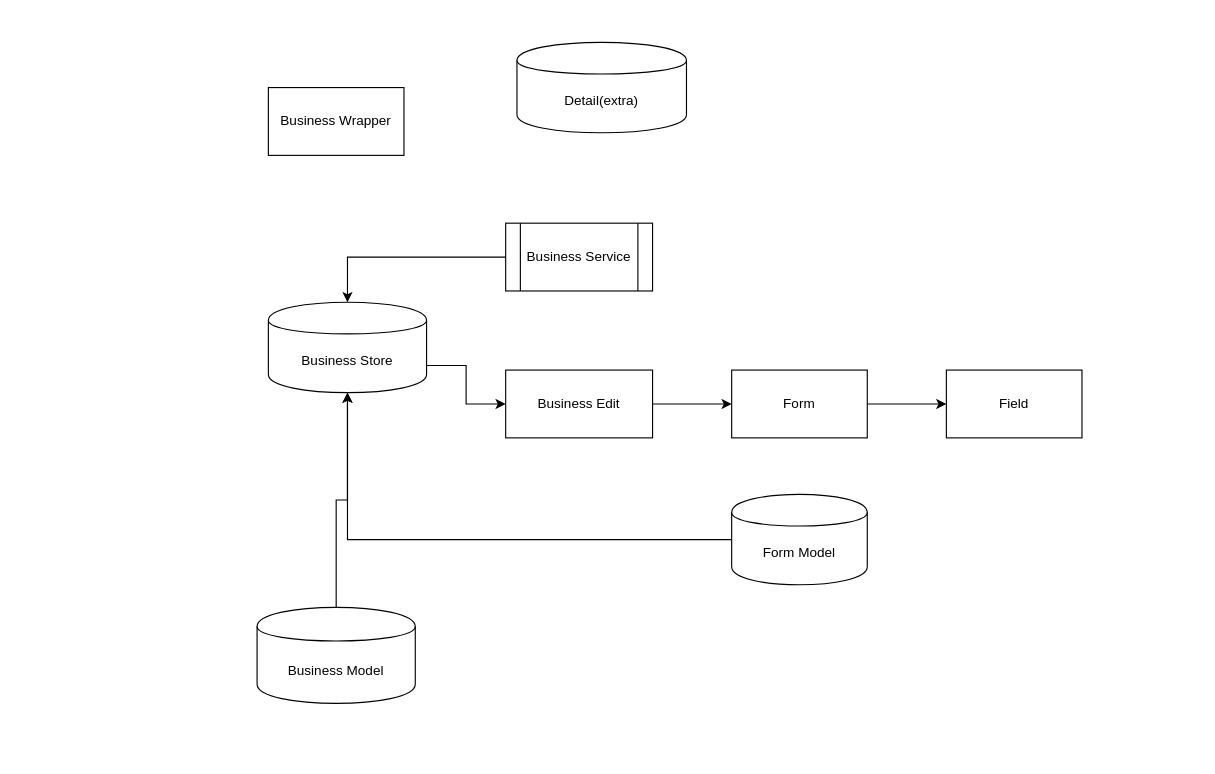
The draw.io diagram page "Page-3" (3 of 4) of gcxt-new/README.drawio in addamx/code, before the edit. Source tidied: cells renumbered, new cells numbered last; positions are measured from the earlier drawing's top-left corner, leaving out a move shared by most shapes. Both pictures are drawn from the tidied source at 113%, with x=0, y=0 at pixel (257, 42).
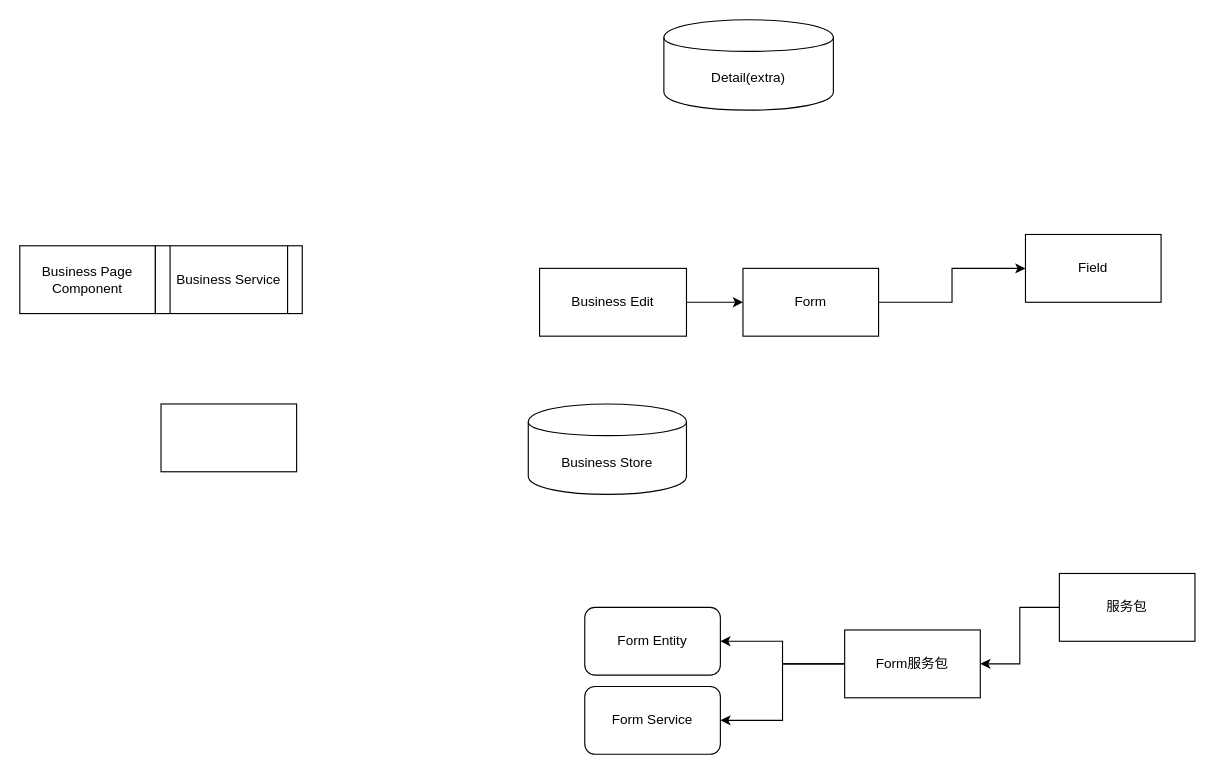
After the change.

Change to the diagram source:
```diff
@@
 <mxGraphModel>
   <root>
     <mxCell id="0" />
     <mxCell id="1" parent="0" />
-    <mxCell id="2" value="Business Wrapper" style="rounded=0;whiteSpace=wrap;html=1;" parent="1" vertex="1">
-      <mxGeometry x="10" y="40" width="120" height="60" as="geometry" />
+    <mxCell id="2" value="Business Page Component" style="rounded=0;whiteSpace=wrap;html=1;" parent="1" vertex="1">
+      <mxGeometry x="-210" y="180" width="120" height="60" as="geometry" />
     </mxCell>
     <mxCell id="3" style="edgeStyle=orthogonalEdgeStyle;rounded=0;jettySize=auto;html=1;exitX=1;exitY=0.5;exitDx=0;exitDy=0;" parent="1" edge="1" source="4" target="6">
       <mxGeometry relative="1" as="geometry" />
     </mxCell>
     <mxCell id="4" value="Business Edit" style="rounded=0;whiteSpace=wrap;html=1;" parent="1" vertex="1">
-      <mxGeometry x="220" y="290" width="130" height="60" as="geometry" />
+      <mxGeometry x="250" y="200" width="130" height="60" as="geometry" />
     </mxCell>
     <mxCell id="5" style="edgeStyle=orthogonalEdgeStyle;rounded=0;jettySize=auto;html=1;exitX=1;exitY=0.5;exitDx=0;exitDy=0;" parent="1" edge="1" source="6" target="13">
       <mxGeometry relative="1" as="geometry" />
     </mxCell>
     <mxCell id="6" value="Form" style="rounded=1;whiteSpace=wrap;html=1;arcSize=0;" parent="1" vertex="1">
-      <mxGeometry x="420" y="290" width="120" height="60" as="geometry" />
+      <mxGeometry x="430" y="200" width="120" height="60" as="geometry" />
     </mxCell>
-    <mxCell id="7" style="edgeStyle=orthogonalEdgeStyle;rounded=0;jettySize=auto;html=1;exitX=0.5;exitY=0;exitDx=0;exitDy=0;" parent="1" edge="1" source="8" target="10">
-      <mxGeometry relative="1" as="geometry" />
-    </mxCell>
-    <mxCell id="8" value="Business Model" style="shape=cylinder;whiteSpace=wrap;html=1;boundedLbl=1;backgroundOutline=1;" parent="1" vertex="1">
-      <mxGeometry y="500" width="140" height="85" as="geometry" />
-    </mxCell>
-    <mxCell id="9" style="edgeStyle=orthogonalEdgeStyle;rounded=0;jettySize=auto;html=1;exitX=1;exitY=0.7;exitDx=0;exitDy=0;entryX=0;entryY=0.5;entryDx=0;entryDy=0;" parent="1" edge="1" source="10" target="4">
-      <mxGeometry relative="1" as="geometry" />
-    </mxCell>
     <mxCell id="10" value="Business Store" style="shape=cylinder;whiteSpace=wrap;html=1;boundedLbl=1;backgroundOutline=1;" parent="1" vertex="1">
-      <mxGeometry x="10" y="230" width="140" height="80" as="geometry" />
+      <mxGeometry x="240" y="320" width="140" height="80" as="geometry" />
     </mxCell>
-    <mxCell id="11" style="edgeStyle=orthogonalEdgeStyle;rounded=0;jettySize=auto;html=1;exitX=0;exitY=0.5;exitDx=0;exitDy=0;" parent="1" edge="1" source="12" target="10">
-      <mxGeometry relative="1" as="geometry" />
-    </mxCell>
-    <mxCell id="12" value="Form Model" style="shape=cylinder;whiteSpace=wrap;html=1;boundedLbl=1;backgroundOutline=1;" parent="1" vertex="1">
-      <mxGeometry x="420" y="400" width="120" height="80" as="geometry" />
-    </mxCell>
     <mxCell id="13" value="Field" style="rounded=0;whiteSpace=wrap;html=1;" parent="1" vertex="1">
-      <mxGeometry x="610" y="290" width="120" height="60" as="geometry" />
+      <mxGeometry x="680" y="170" width="120" height="60" as="geometry" />
     </mxCell>
-    <mxCell id="14" style="edgeStyle=orthogonalEdgeStyle;rounded=0;jettySize=auto;html=1;" parent="1" edge="1" source="15" target="10">
-      <mxGeometry relative="1" as="geometry" />
-    </mxCell>
     <mxCell id="15" value="Business Service" style="shape=process;whiteSpace=wrap;html=1;backgroundOutline=1;" parent="1" vertex="1">
-      <mxGeometry x="220" y="160" width="130" height="60" as="geometry" />
+      <mxGeometry x="-90" y="180" width="130" height="60" as="geometry" />
     </mxCell>
     <mxCell id="16" value="Detail(extra)" style="shape=cylinder;whiteSpace=wrap;html=1;boundedLbl=1;backgroundOutline=1;" parent="1" vertex="1">
-      <mxGeometry x="230" width="150" height="80" as="geometry" />
+      <mxGeometry x="360" y="-20" width="150" height="80" as="geometry" />
     </mxCell>
+    <mxCell id="17" style="edgeStyle=orthogonalEdgeStyle;rounded=0;jettySize=auto;html=1;entryX=1;entryY=0.5;entryDx=0;entryDy=0;" parent="1" edge="1" source="18" target="21">
+      <mxGeometry relative="1" as="geometry" />
+    </mxCell>
+    <mxCell id="18" value="服务包" style="rounded=0;whiteSpace=wrap;html=1;" parent="1" vertex="1">
+      <mxGeometry x="710" y="470" width="120" height="60" as="geometry" />
+    </mxCell>
+    <mxCell id="19" style="edgeStyle=orthogonalEdgeStyle;rounded=0;jettySize=auto;html=1;" parent="1" edge="1" source="21" target="22">
+      <mxGeometry relative="1" as="geometry" />
+    </mxCell>
+    <mxCell id="20" style="edgeStyle=orthogonalEdgeStyle;rounded=0;jettySize=auto;html=1;entryX=1;entryY=0.5;entryDx=0;entryDy=0;" parent="1" edge="1" source="21" target="23">
+      <mxGeometry relative="1" as="geometry" />
+    </mxCell>
+    <mxCell id="21" value="Form服务包" style="rounded=0;whiteSpace=wrap;html=1;" parent="1" vertex="1">
+      <mxGeometry x="520" y="520" width="120" height="60" as="geometry" />
+    </mxCell>
+    <mxCell id="22" value="Form Entity" style="rounded=1;whiteSpace=wrap;html=1;" parent="1" vertex="1">
+      <mxGeometry x="290" y="500" width="120" height="60" as="geometry" />
+    </mxCell>
+    <mxCell id="23" value="Form Service" style="rounded=1;whiteSpace=wrap;html=1;" parent="1" vertex="1">
+      <mxGeometry x="290" y="570" width="120" height="60" as="geometry" />
+    </mxCell>
+    <mxCell id="24" style="rounded=0;whiteSpace=wrap;html=1;" parent="1" vertex="1">
+      <mxGeometry x="-85" y="320" width="120" height="60" as="geometry" />
+    </mxCell>
   </root>
 </mxGraphModel>
```
